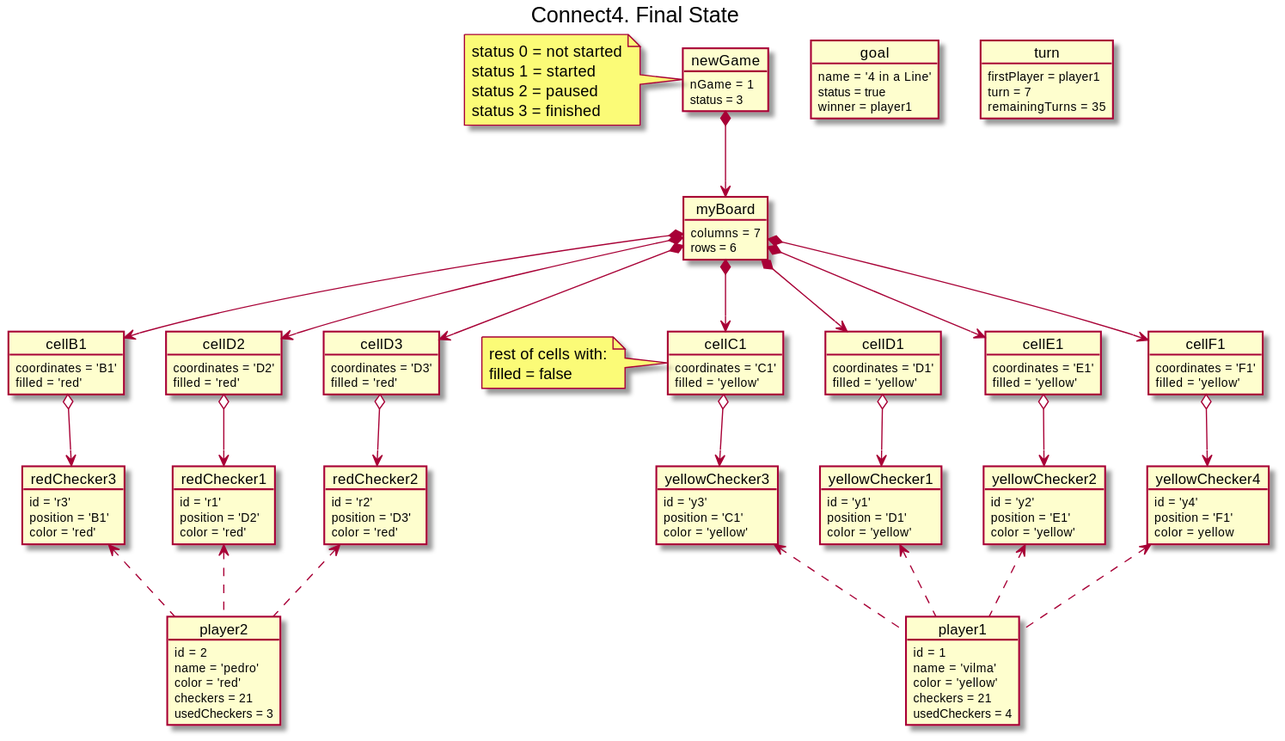
This is software/game-connect4/docs/images/connect4--final-state.svg from USantaTecla-ed-mpds/lab-boole, a PlantUML export, as it was before one commit. Its diagram source:
```plantuml
@startuml connect4--final-state


title Connect4. Final State

object newGame
note left of newGame
    status 0 = not started
    status 1 = started
    status 2 = paused
    status 3 = finished
end note

object myBoard
object player1
object player2
object goal
object turn



object newGame {
    nGame = 1
    status = 3
}

object goal {
    name = '4 in a Line'
    status = true
    winner = player1
}

object turn {
    firstPlayer = player1
    turn = 7
    remainingTurns = 35
}

object myBoard {
    columns = 7
    rows = 6
}

object cellD1 {
    coordinates = 'D1'
    filled = 'yellow'
}

object cellD2 {
    coordinates = 'D2'
    filled = 'red'
}

object cellE1 {
    coordinates = 'E1'
    filled = 'yellow'
}

object cellD3 {
    coordinates = 'D3'
    filled = 'red'
}

object cellC1 {
    coordinates = 'C1'
    filled = 'yellow'
}

object cellB1 {
    coordinates = 'B1'
    filled = 'red'
}

object cellF1 {
    coordinates = 'F1'
    filled = 'yellow'
}

note left of cellC1
    rest of cells with:
    filled = false
end note


object yellowChecker1 {
    id = 'y1'
    position = 'D1'
    color = 'yellow'
}

object redChecker1 {
    id = 'r1'
    position = 'D2'
    color = 'red'
}

object yellowChecker2 {
    id = 'y2'
    position = 'E1'
    color = 'yellow'
}

object redChecker2 {
    id = 'r2'
    position = 'D3'
    color = 'red'
}

object yellowChecker3 {
    id = 'y3'
    position = 'C1'
    color = 'yellow'
}

object redChecker3 {
    id = 'r3'
    position = 'B1'
    color = 'red'
}

object yellowChecker4 {
    id = 'y4'
    position = 'F1'
    color = yellow
}


object player1 {
    id = 1
    name = 'vilma'
    color = 'yellow'
    checkers = 21
    usedCheckers = 4
}

object player2 {
    id = 2
    name = 'pedro'
    color = 'red'
    checkers = 21
    usedCheckers = 3
}


newGame *--> myBoard

myBoard *--> cellD1
myBoard *--> cellE1
myBoard *--> cellC1
myBoard *--> cellF1
myBoard *--> cellD2
myBoard *--> cellD3
myBoard *--> cellB1

cellD1 o--> yellowChecker1
cellE1 o--> yellowChecker2
cellC1 o--> yellowChecker3
cellF1 o--> yellowChecker4
cellD2 o--> redChecker1
cellD3 o--> redChecker2
cellB1 o--> redChecker3

player1 .up.> yellowChecker1
player1 .up.> yellowChecker2
player1 .up.> yellowChecker3
player1 .up.> yellowChecker4
player2 .up.> redChecker1
player2 .up.> redChecker2
player2 .up.> redChecker3


@enduml
```
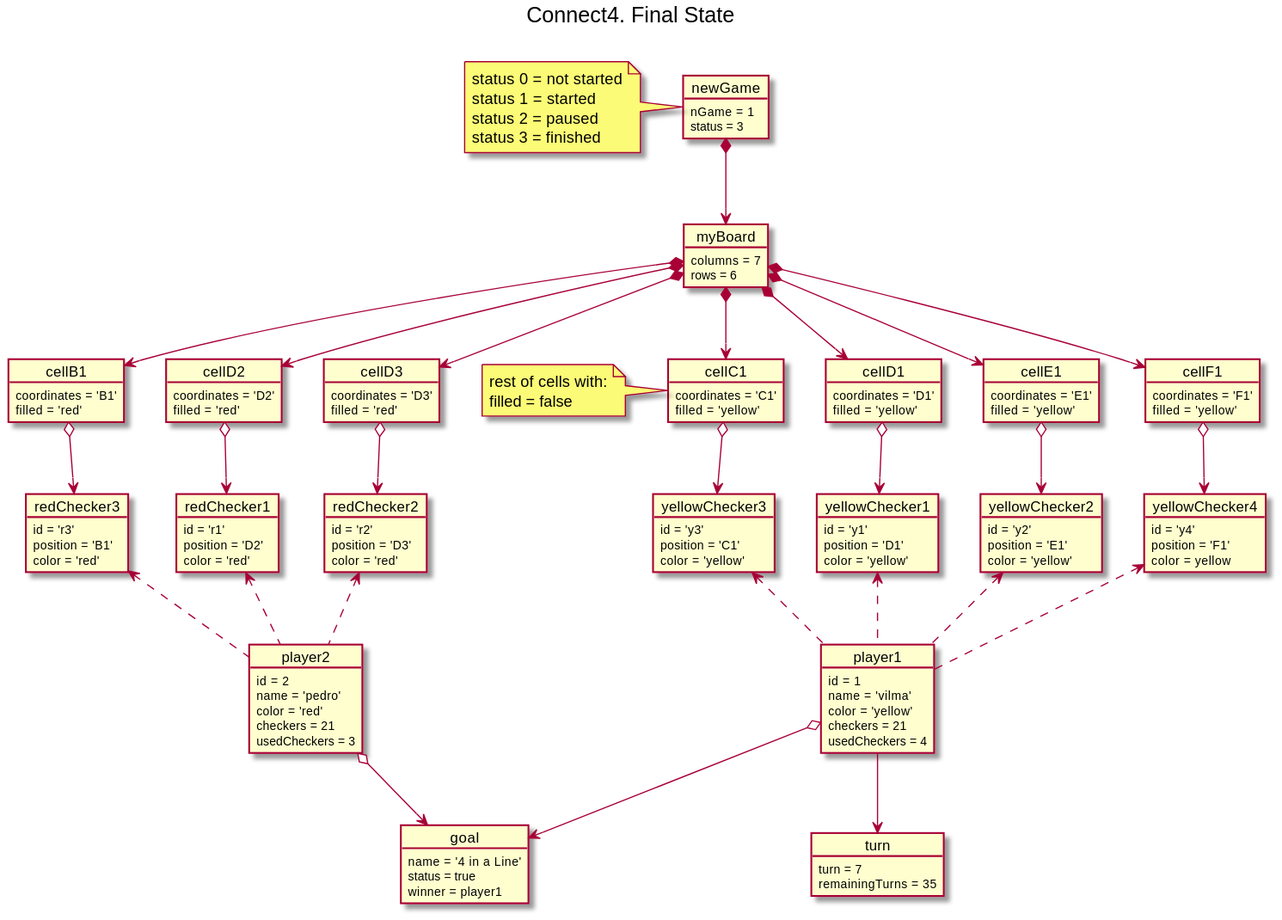
After the change.

Diff of the diagram source:
```diff
@@ -1,7 +1,7 @@
 @startuml connect4--final-state
 
 
-title Connect4. Final State
+title Connect4. Final State \n
 
 object newGame
 note left of newGame
@@ -31,7 +31,6 @@
 }
 
 object turn {
-    firstPlayer = player1
     turn = 7
     remainingTurns = 35
 }
@@ -168,5 +167,9 @@
 player2 .up.> redChecker2
 player2 .up.> redChecker3
 
+player1 o--> goal
+player2 o--> goal
+player1 --> turn
+
 
 @enduml
```
